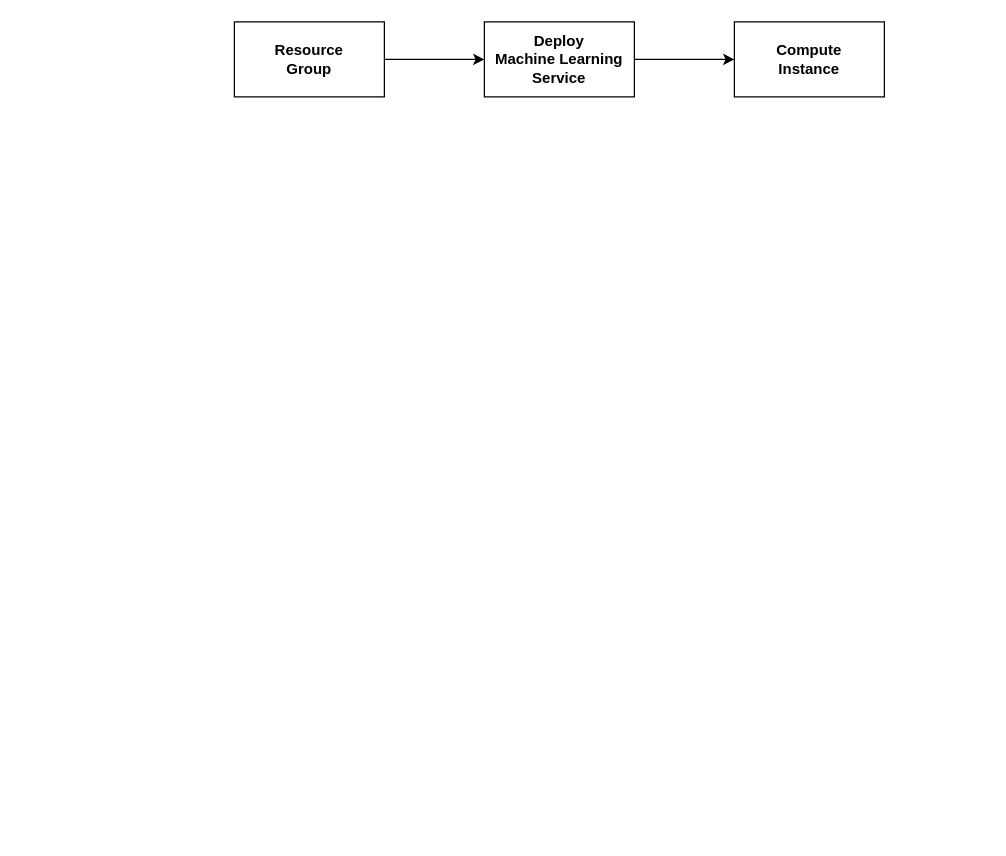
Earlier version of the draw.io diagram page "Page-2" (2 of 2) of Untitled Diagram.drawio (kingsley-ijomah/draw.io). Source tidied: cells renumbered, new cells numbered last; positions are measured from the earlier drawing's top-left corner, leaving out a move shared by most shapes. Both pictures are drawn from the tidied source at 125%, with x=0, y=0 at pixel (234, 21).
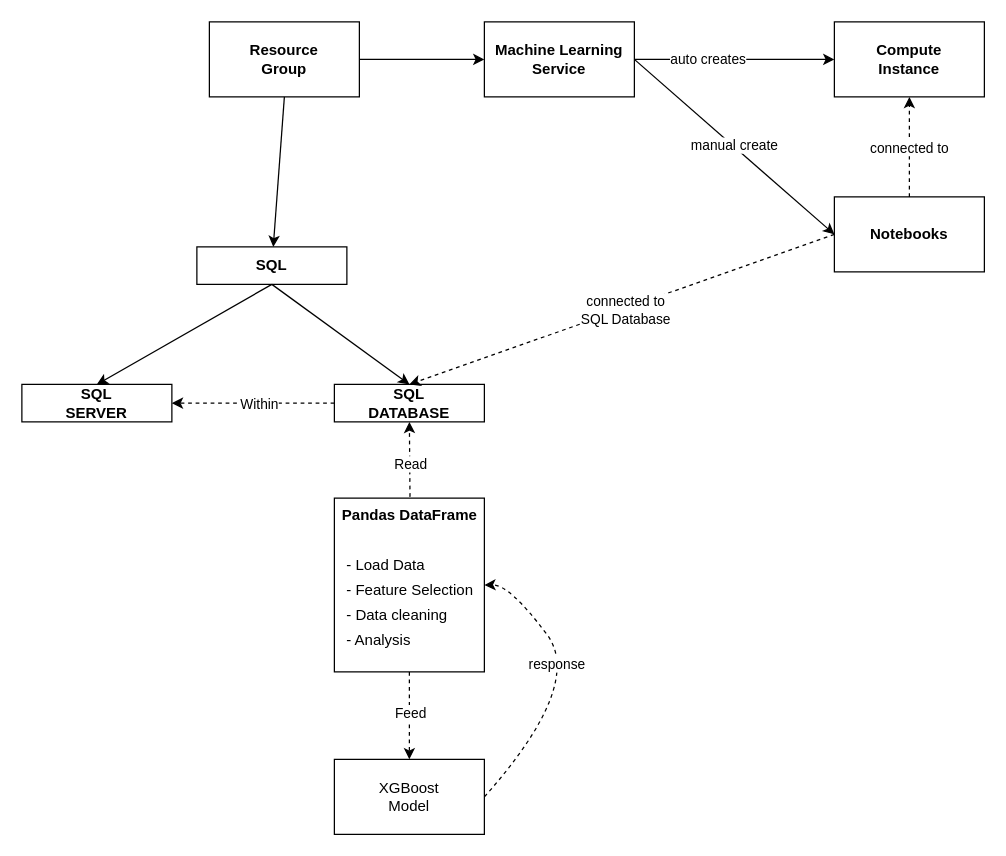
The same page after the edit.

Unchanged cells that the change refers to:
```xml
<mxCell id="2" style="edgeStyle=orthogonalEdgeStyle;rounded=0;jettySize=auto;html=1;entryX=0;entryY=0.5;entryDx=0;entryDy=0;" parent="1" edge="1" source="3" target="6">
  <mxGeometry relative="1" as="geometry" />
</mxCell>
```

Diff of the diagram source:
```diff
@@
+    <mxCell id="7" value="auto creates" style="edgeLabel;html=1;align=center;verticalAlign=middle;" parent="2" vertex="1">
+      <mxGeometry x="-0.28" y="1" relative="1" as="geometry" />
+    </mxCell>
-    <mxCell id="3" value="&lt;b&gt;Deploy&lt;/b&gt;&lt;div&gt;&lt;b&gt;Machine Learning&lt;/b&gt;&lt;/div&gt;&lt;div&gt;&lt;b&gt;Service&lt;/b&gt;&lt;/div&gt;" style="rounded=0;whiteSpace=wrap;html=1;" parent="1" vertex="1">
+    <mxCell id="3" value="&lt;div&gt;&lt;b style=&quot;background-color: transparent; color: light-dark(rgb(0, 0, 0), rgb(255, 255, 255));&quot;&gt;Machine Learning&lt;/b&gt;&lt;/div&gt;&lt;div&gt;&lt;b&gt;Service&lt;/b&gt;&lt;/div&gt;" style="rounded=0;whiteSpace=wrap;html=1;" parent="1" vertex="1">
       <mxGeometry x="200" width="120" height="60" as="geometry" />
     </mxCell>
@@
     <mxCell id="5" value="&lt;b&gt;Resource&lt;/b&gt;&lt;div&gt;&lt;b&gt;Group&lt;/b&gt;&lt;/div&gt;" style="rounded=0;whiteSpace=wrap;html=1;" parent="1" vertex="1">
-      <mxGeometry width="120" height="60" as="geometry" />
+      <mxGeometry x="-20" width="120" height="60" as="geometry" />
     </mxCell>
     <mxCell id="6" value="&lt;b&gt;Compute&lt;/b&gt;&lt;div&gt;&lt;b&gt;Instance&lt;/b&gt;&lt;/div&gt;" style="rounded=0;whiteSpace=wrap;html=1;" parent="1" vertex="1">
-      <mxGeometry x="400" width="120" height="60" as="geometry" />
+      <mxGeometry x="480" width="120" height="60" as="geometry" />
     </mxCell>
+    <mxCell id="8" style="endArrow=classic;html=1;rounded=0;exitX=0.5;exitY=1;exitDx=0;exitDy=0;" parent="1" edge="1" source="5" target="9">
+      <mxGeometry relative="1" as="geometry" />
+    </mxCell>
+    <mxCell id="9" value="&lt;b&gt;SQL&lt;br&gt;&lt;/b&gt;" style="rounded=0;whiteSpace=wrap;html=1;" parent="1" vertex="1">
+      <mxGeometry x="-30" y="180" width="120" height="30" as="geometry" />
+    </mxCell>
+    <mxCell id="10" style="endArrow=classic;html=1;rounded=0;exitX=0.5;exitY=1;exitDx=0;exitDy=0;entryX=0.5;entryY=0;entryDx=0;entryDy=0;" parent="1" edge="1" source="9" target="12">
+      <mxGeometry relative="1" as="geometry" />
+    </mxCell>
+    <mxCell id="11" style="endArrow=classic;html=1;rounded=0;entryX=0.5;entryY=0;entryDx=0;entryDy=0;" parent="1" edge="1" target="13">
+      <mxGeometry relative="1" as="geometry">
+        <mxPoint x="30" y="210" as="sourcePoint" />
+      </mxGeometry>
+    </mxCell>
+    <mxCell id="12" value="&lt;b&gt;SQL&lt;br&gt;&lt;/b&gt;&lt;div&gt;&lt;b&gt;SERVER&lt;/b&gt;&lt;/div&gt;" style="rounded=0;whiteSpace=wrap;html=1;" parent="1" vertex="1">
+      <mxGeometry x="-170" y="290" width="120" height="30" as="geometry" />
+    </mxCell>
+    <mxCell id="13" value="&lt;b&gt;SQL&lt;br&gt;&lt;/b&gt;&lt;div&gt;&lt;b&gt;DATABASE&lt;/b&gt;&lt;/div&gt;" style="rounded=0;whiteSpace=wrap;html=1;" parent="1" vertex="1">
+      <mxGeometry x="80" y="290" width="120" height="30" as="geometry" />
+    </mxCell>
+    <mxCell id="14" style="endArrow=classic;html=1;rounded=0;entryX=1;entryY=0.5;entryDx=0;entryDy=0;exitX=0;exitY=0.5;exitDx=0;exitDy=0;dashed=1;" parent="1" edge="1" source="13" target="12">
+      <mxGeometry relative="1" as="geometry" />
+    </mxCell>
+    <mxCell id="15" value="Within" style="edgeLabel;html=1;align=center;verticalAlign=middle;" parent="14" vertex="1">
+      <mxGeometry x="-0.06" relative="1" as="geometry" />
+    </mxCell>
+    <mxCell id="16" value="&lt;b&gt;Notebooks&lt;/b&gt;" style="rounded=0;whiteSpace=wrap;html=1;" parent="1" vertex="1">
+      <mxGeometry x="480" y="140" width="120" height="60" as="geometry" />
+    </mxCell>
+    <mxCell id="17" style="endArrow=classic;html=1;rounded=0;entryX=0;entryY=0.5;entryDx=0;entryDy=0;exitX=1;exitY=0.5;exitDx=0;exitDy=0;" parent="1" edge="1" source="3" target="16">
+      <mxGeometry relative="1" as="geometry" />
+    </mxCell>
+    <mxCell id="18" value="manual create" style="edgeLabel;html=1;align=center;verticalAlign=middle;" parent="17" vertex="1">
+      <mxGeometry x="-0.01" y="1" relative="1" as="geometry" />
+    </mxCell>
+    <mxCell id="19" style="endArrow=classic;html=1;rounded=0;entryX=0.5;entryY=1;entryDx=0;entryDy=0;exitX=0.5;exitY=0;exitDx=0;exitDy=0;dashed=1;" parent="1" edge="1" source="16" target="6">
+      <mxGeometry relative="1" as="geometry" />
+    </mxCell>
+    <mxCell id="20" value="connected to" style="edgeLabel;html=1;align=center;verticalAlign=middle;" parent="19" vertex="1">
+      <mxGeometry x="-0.01" y="1" relative="1" as="geometry" />
+    </mxCell>
+    <mxCell id="21" style="endArrow=classic;html=1;rounded=0;entryX=0.5;entryY=0;entryDx=0;entryDy=0;exitX=0;exitY=0.5;exitDx=0;exitDy=0;dashed=1;" parent="1" edge="1" source="16" target="13">
+      <mxGeometry relative="1" as="geometry" />
+    </mxCell>
+    <mxCell id="22" value="connected to&lt;div&gt;SQL Database&lt;/div&gt;" style="edgeLabel;html=1;align=center;verticalAlign=middle;" parent="21" vertex="1">
+      <mxGeometry x="-0.01" y="1" relative="1" as="geometry" />
+    </mxCell>
+    <mxCell id="23" style="endArrow=classic;html=1;rounded=0;entryX=0.5;entryY=1;entryDx=0;entryDy=0;exitX=0.5;exitY=0;exitDx=0;exitDy=0;dashed=1;" parent="1" edge="1" source="27" target="13">
+      <mxGeometry relative="1" as="geometry" />
+    </mxCell>
+    <mxCell id="24" value="Read" style="edgeLabel;html=1;align=center;verticalAlign=middle;" parent="23" vertex="1">
+      <mxGeometry x="-0.09" relative="1" as="geometry" />
+    </mxCell>
+    <mxCell id="25" style="group;" parent="1" vertex="1">
+      <mxGeometry x="78" y="380" width="125" height="140" as="geometry" />
+    </mxCell>
+    <mxCell id="26" style="rounded=0;whiteSpace=wrap;html=1;" parent="25" vertex="1">
+      <mxGeometry x="2" y="1" width="120" height="139" as="geometry" />
+    </mxCell>
+    <mxCell id="27" value="&lt;b&gt;Pandas DataFrame&lt;/b&gt;" style="text;html=1;align=center;verticalAlign=middle;whiteSpace=wrap;rounded=0;" parent="25" vertex="1">
+      <mxGeometry width="125" height="30" as="geometry" />
+    </mxCell>
+    <mxCell id="28" value="- Load Data" style="text;html=1;align=left;verticalAlign=middle;whiteSpace=wrap;rounded=0;" parent="25" vertex="1">
+      <mxGeometry x="10" y="40" width="70" height="30" as="geometry" />
+    </mxCell>
+    <mxCell id="29" value="- Feature Selection" style="text;html=1;align=left;verticalAlign=middle;whiteSpace=wrap;rounded=0;" parent="25" vertex="1">
+      <mxGeometry x="10" y="60" width="110" height="30" as="geometry" />
+    </mxCell>
+    <mxCell id="30" value="- Data cleaning" style="text;html=1;align=left;verticalAlign=middle;whiteSpace=wrap;rounded=0;" parent="25" vertex="1">
+      <mxGeometry x="10" y="80" width="110" height="30" as="geometry" />
+    </mxCell>
+    <mxCell id="31" value="- Analysis" style="text;html=1;align=left;verticalAlign=middle;whiteSpace=wrap;rounded=0;" parent="25" vertex="1">
+      <mxGeometry x="10" y="100" width="110" height="30" as="geometry" />
+    </mxCell>
+    <mxCell id="32" value="XGBoost&lt;br&gt;Model" style="rounded=0;whiteSpace=wrap;html=1;" parent="1" vertex="1">
+      <mxGeometry x="80" y="590" width="120" height="60" as="geometry" />
+    </mxCell>
+    <mxCell id="33" style="endArrow=classic;html=1;rounded=0;entryX=0.5;entryY=0;entryDx=0;entryDy=0;dashed=1;exitX=0.5;exitY=1;exitDx=0;exitDy=0;" parent="1" edge="1" source="26" target="32">
+      <mxGeometry relative="1" as="geometry" />
+    </mxCell>
+    <mxCell id="34" value="Feed" style="edgeLabel;html=1;align=center;verticalAlign=middle;" parent="33" vertex="1">
+      <mxGeometry x="-0.09" relative="1" as="geometry" />
+    </mxCell>
+    <mxCell id="35" style="curved=1;endArrow=classic;html=1;rounded=0;exitX=1;exitY=0.5;exitDx=0;exitDy=0;entryX=1;entryY=0.5;entryDx=0;entryDy=0;dashed=1;" parent="1" edge="1" source="32" target="26">
+      <mxGeometry relative="1" as="geometry">
+        <Array as="points">
+          <mxPoint x="280" y="530" />
+          <mxPoint x="220" y="450" />
+        </Array>
+      </mxGeometry>
+    </mxCell>
+    <mxCell id="36" value="response" style="edgeLabel;html=1;align=center;verticalAlign=middle;" parent="35" vertex="1">
+      <mxGeometry x="0.22" y="8" relative="1" as="geometry" />
+    </mxCell>
```
